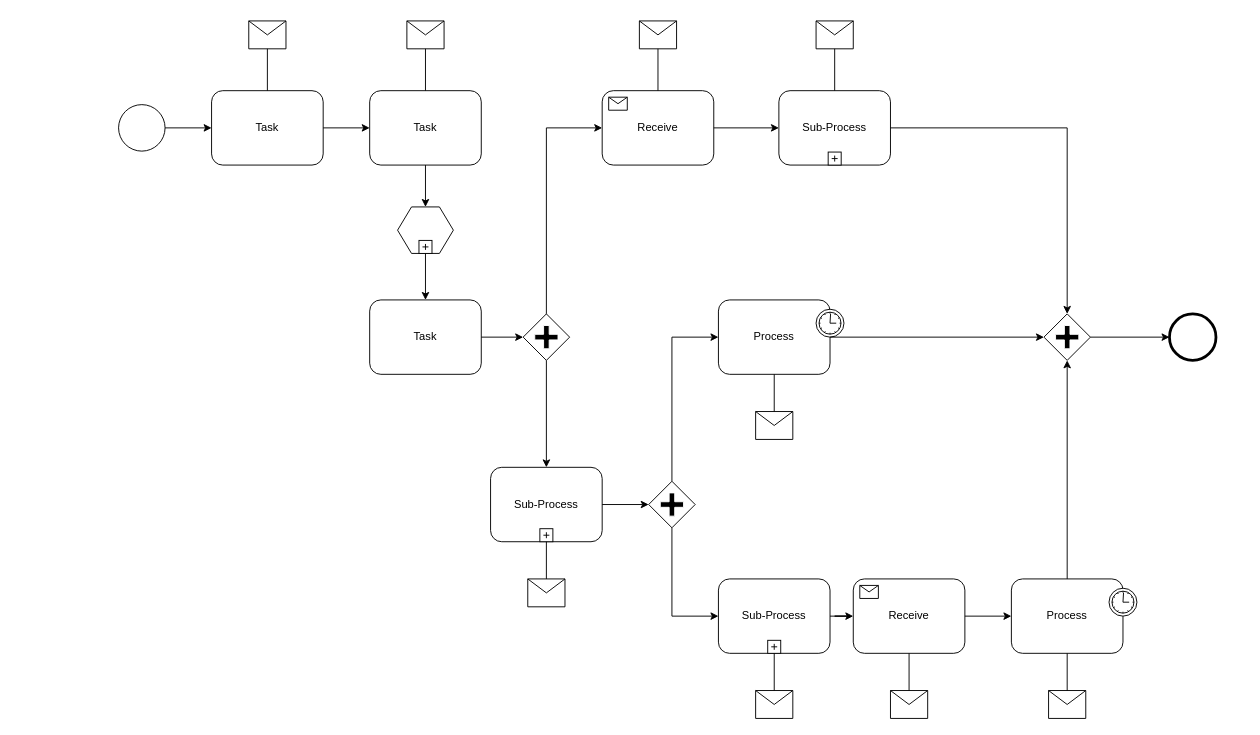
Above: ProcesoRegistroUsuario.drawio in ca-milin15/proy_grado_2021_doc (draw.io), before the change. Source tidied: cells renumbered, new cells numbered last; positions are measured from the earlier drawing's top-left corner, leaving out a move shared by most shapes. Both pictures are drawn from the tidied source at 93%, with x=0, y=0 at pixel (118, 20).
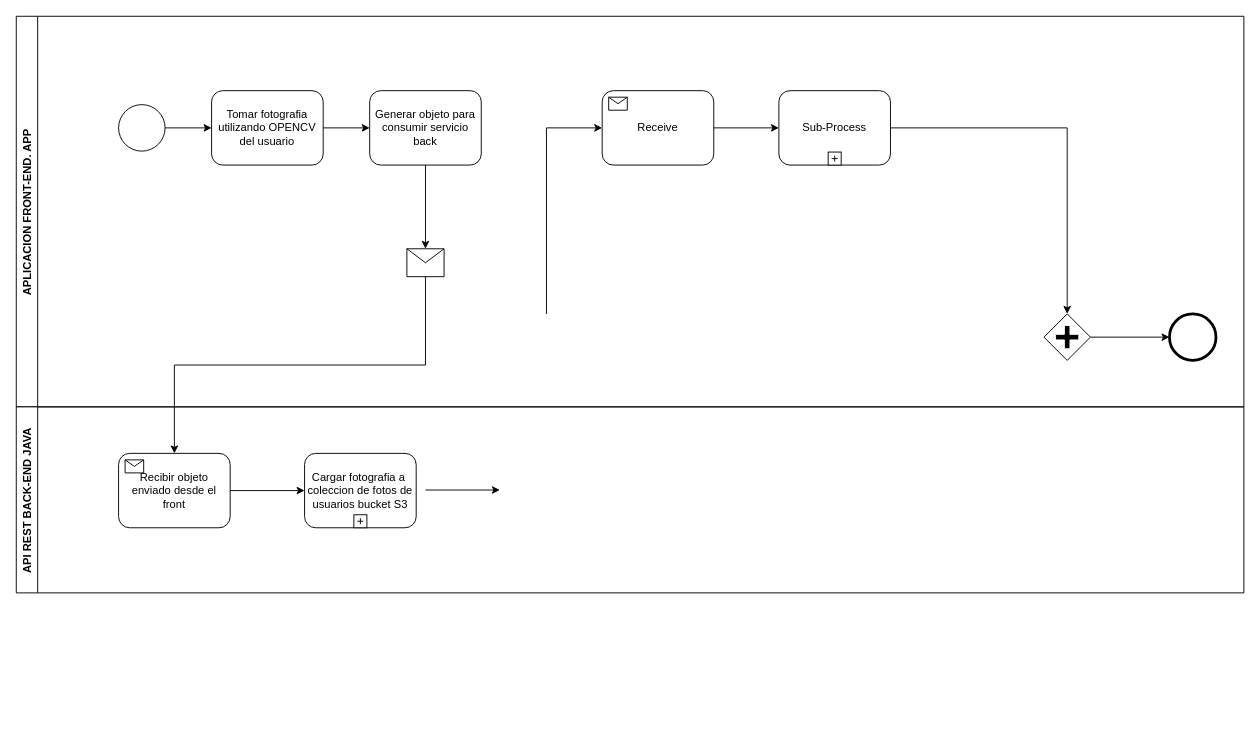
Above is the later version.

The change refers to these unchanged cells:
```xml
<mxCell id="2" style="shape=mxgraph.bpmn.shape;html=1;verticalLabelPosition=bottom;labelBackgroundColor=#ffffff;verticalAlign=top;perimeter=ellipsePerimeter;outline=standard;symbol=general;" parent="1" vertex="1">
  <mxGeometry y="90" width="50" height="50" as="geometry" />
</mxCell>
<mxCell id="11" value="Sub-Process" style="html=1;whiteSpace=wrap;rounded=1;" parent="1" vertex="1">
  <mxGeometry x="710" y="75" width="120" height="80" as="geometry" />
</mxCell>
<mxCell id="13" value="Receive" style="html=1;whiteSpace=wrap;rounded=1;" parent="1" vertex="1">
  <mxGeometry x="520" y="75" width="120" height="80" as="geometry" />
</mxCell>
```

The edit, as a diff of the source:
```diff
@@
-    <mxCell id="3" value="Task" style="shape=ext;rounded=1;html=1;whiteSpace=wrap;" parent="1" vertex="1">
+    <mxCell id="3" value="Tomar fotografia utilizando OPENCV del usuario" style="shape=ext;rounded=1;html=1;whiteSpace=wrap;" parent="1" vertex="1">
       <mxGeometry x="100" y="75" width="120" height="80" as="geometry" />
     </mxCell>
-    <mxCell id="4" value="Task" style="shape=ext;rounded=1;html=1;whiteSpace=wrap;" parent="1" vertex="1">
-      <mxGeometry x="270" y="75" width="120" height="80" as="geometry" />
-    </mxCell>
-    <mxCell id="5" style="shape=message;whiteSpace=wrap;html=1;" parent="1" vertex="1">
-      <mxGeometry x="140" width="40" height="30" as="geometry" />
-    </mxCell>
-    <mxCell id="6" style="shape=message;whiteSpace=wrap;html=1;" parent="1" vertex="1">
-      <mxGeometry x="310" width="40" height="30" as="geometry" />
-    </mxCell>
-    <mxCell id="7" style="shape=hexagon;whiteSpace=wrap;html=1;perimeter=hexagonPerimeter;" parent="1" vertex="1">
-      <mxGeometry x="300" y="200" width="60" height="50" as="geometry" />
-    </mxCell>
-    <mxCell id="8" style="html=1;shape=plus;" parent="7" vertex="1">
-      <mxGeometry x="0.5" y="1" width="14" height="14" relative="1" as="geometry">
-        <mxPoint x="-7" y="-14" as="offset" />
-      </mxGeometry>
-    </mxCell>
-    <mxCell id="9" value="Task" style="shape=ext;rounded=1;html=1;whiteSpace=wrap;" parent="1" vertex="1">
-      <mxGeometry x="270" y="300" width="120" height="80" as="geometry" />
-    </mxCell>
-    <mxCell id="10" style="shape=mxgraph.bpmn.shape;html=1;verticalLabelPosition=bottom;labelBackgroundColor=#ffffff;verticalAlign=top;perimeter=rhombusPerimeter;background=gateway;outline=none;symbol=parallelGw;" parent="1" vertex="1">
-      <mxGeometry x="435" y="315" width="50" height="50" as="geometry" />
-    </mxCell>
@@
-    <mxCell id="15" value="Process" style="html=1;whiteSpace=wrap;rounded=1;" parent="1" vertex="1">
-      <mxGeometry x="645" y="300" width="120" height="80" as="geometry" />
-    </mxCell>
-    <mxCell id="16" style="shape=mxgraph.bpmn.timer_start;perimeter=ellipsePerimeter;html=1;labelPosition=right;labelBackgroundColor=#ffffff;align=left;" parent="15" vertex="1">
-      <mxGeometry x="1" width="30" height="30" relative="1" as="geometry">
-        <mxPoint x="-15" y="10" as="offset" />
-      </mxGeometry>
-    </mxCell>
-    <mxCell id="17" value="Process" style="html=1;whiteSpace=wrap;rounded=1;" parent="1" vertex="1">
-      <mxGeometry x="960" y="600" width="120" height="80" as="geometry" />
-    </mxCell>
-    <mxCell id="18" style="shape=mxgraph.bpmn.timer_start;perimeter=ellipsePerimeter;html=1;labelPosition=right;labelBackgroundColor=#ffffff;align=left;" parent="17" vertex="1">
-      <mxGeometry x="1" width="30" height="30" relative="1" as="geometry">
-        <mxPoint x="-15" y="10" as="offset" />
-      </mxGeometry>
-    </mxCell>
+    <mxCell id="23" style="shape=mxgraph.bpmn.shape;html=1;verticalLabelPosition=bottom;labelBackgroundColor=#ffffff;verticalAlign=top;perimeter=rhombusPerimeter;background=gateway;outline=none;symbol=parallelGw;" parent="1" vertex="1">
+      <mxGeometry x="995" y="315" width="50" height="50" as="geometry" />
+    </mxCell>
+    <mxCell id="24" style="shape=mxgraph.bpmn.shape;html=1;verticalLabelPosition=bottom;labelBackgroundColor=#ffffff;verticalAlign=top;perimeter=ellipsePerimeter;outline=end;symbol=general;" parent="1" vertex="1">
+      <mxGeometry x="1130" y="315" width="50" height="50" as="geometry" />
+    </mxCell>
+    <mxCell id="34" style="edgeStyle=orthogonalEdgeStyle;rounded=0;html=1;jettySize=auto;" parent="1" edge="1" source="2" target="3">
+      <mxGeometry relative="1" as="geometry" />
+    </mxCell>
+    <mxCell id="37" style="edgeStyle=orthogonalEdgeStyle;rounded=0;html=1;jettySize=auto;" parent="1" edge="1" source="3">
+      <mxGeometry relative="1" as="geometry">
+        <mxPoint x="270" y="115" as="targetPoint" />
+      </mxGeometry>
+    </mxCell>
+    <mxCell id="38" style="edgeStyle=orthogonalEdgeStyle;rounded=0;html=1;jettySize=auto;" parent="1" edge="1" source="13" target="11">
+      <mxGeometry relative="1" as="geometry" />
+    </mxCell>
+    <mxCell id="41" style="edgeStyle=orthogonalEdgeStyle;rounded=0;html=1;jettySize=auto;" parent="1" edge="1" source="11" target="23">
+      <mxGeometry relative="1" as="geometry">
+        <Array as="points">
+          <mxPoint x="1020" y="115" />
+        </Array>
+      </mxGeometry>
+    </mxCell>
+    <mxCell id="44" style="edgeStyle=orthogonalEdgeStyle;rounded=0;html=1;jettySize=auto;" parent="1" edge="1" source="23" target="24">
+      <mxGeometry relative="1" as="geometry" />
+    </mxCell>
+    <mxCell id="48" style="edgeStyle=orthogonalEdgeStyle;rounded=0;html=1;jettySize=auto;" parent="1" edge="1" target="13">
+      <mxGeometry relative="1" as="geometry">
+        <mxPoint x="460.1" y="315.1" as="sourcePoint" />
+        <Array as="points">
+          <mxPoint x="460" y="115" />
+        </Array>
+      </mxGeometry>
+    </mxCell>
+    <mxCell id="61" value="APLICACION FRONT-END. APP" style="swimlane;horizontal=0;" parent="1" vertex="1">
+      <mxGeometry x="-110" y="-5" width="1320" height="420" as="geometry" />
+    </mxCell>
+    <mxCell id="62" value="Generar objeto para consumir servicio back" style="shape=ext;rounded=1;html=1;whiteSpace=wrap;" parent="61" vertex="1">
+      <mxGeometry x="380" y="80" width="120" height="80" as="geometry" />
+    </mxCell>
+    <mxCell id="33" style="shape=message;whiteSpace=wrap;html=1;" parent="61" vertex="1">
+      <mxGeometry x="420" y="250" width="40" height="30" as="geometry" />
+    </mxCell>
+    <mxCell id="46" style="edgeStyle=orthogonalEdgeStyle;rounded=0;html=1;jettySize=auto;exitX=0.5;exitY=1;exitDx=0;exitDy=0;entryX=0.5;entryY=0;entryDx=0;entryDy=0;" parent="61" edge="1" source="62" target="33">
+      <mxGeometry relative="1" as="geometry" />
+    </mxCell>
+    <mxCell id="63" value="API REST BACK-END JAVA" style="swimlane;horizontal=0;" parent="1" vertex="1">
+      <mxGeometry x="-110" y="415" width="1320" height="200" as="geometry" />
+    </mxCell>
-    <mxCell id="19" value="Receive" style="html=1;whiteSpace=wrap;rounded=1;" parent="1" vertex="1">
-      <mxGeometry x="790" y="600" width="120" height="80" as="geometry" />
+    <mxCell id="19" value="Recibir objeto enviado desde el front" style="html=1;whiteSpace=wrap;rounded=1;" parent="63" vertex="1">
+      <mxGeometry x="110" y="50" width="120" height="80" as="geometry" />
     </mxCell>
@@
-    <mxCell id="21" value="Sub-Process" style="html=1;whiteSpace=wrap;rounded=1;" parent="1" vertex="1">
-      <mxGeometry x="645" y="600" width="120" height="80" as="geometry" />
-    </mxCell>
-    <mxCell id="22" style="html=1;shape=plus;" parent="21" vertex="1">
-      <mxGeometry x="0.5" y="1" width="14" height="14" relative="1" as="geometry">
-        <mxPoint x="-7" y="-14" as="offset" />
-      </mxGeometry>
-    </mxCell>
-    <mxCell id="23" style="shape=mxgraph.bpmn.shape;html=1;verticalLabelPosition=bottom;labelBackgroundColor=#ffffff;verticalAlign=top;perimeter=rhombusPerimeter;background=gateway;outline=none;symbol=parallelGw;" parent="1" vertex="1">
-      <mxGeometry x="995" y="315" width="50" height="50" as="geometry" />
-    </mxCell>
-    <mxCell id="24" style="shape=mxgraph.bpmn.shape;html=1;verticalLabelPosition=bottom;labelBackgroundColor=#ffffff;verticalAlign=top;perimeter=ellipsePerimeter;outline=end;symbol=general;" parent="1" vertex="1">
-      <mxGeometry x="1130" y="315" width="50" height="50" as="geometry" />
-    </mxCell>
-    <mxCell id="25" style="shape=message;whiteSpace=wrap;html=1;" parent="1" vertex="1">
-      <mxGeometry x="560" width="40" height="30" as="geometry" />
-    </mxCell>
-    <mxCell id="26" style="shape=message;whiteSpace=wrap;html=1;" parent="1" vertex="1">
-      <mxGeometry x="750" width="40" height="30" as="geometry" />
-    </mxCell>
-    <mxCell id="27" value="Sub-Process" style="html=1;whiteSpace=wrap;rounded=1;" parent="1" vertex="1">
-      <mxGeometry x="400" y="480" width="120" height="80" as="geometry" />
-    </mxCell>
-    <mxCell id="28" style="html=1;shape=plus;" parent="27" vertex="1">
-      <mxGeometry x="0.5" y="1" width="14" height="14" relative="1" as="geometry">
-        <mxPoint x="-7" y="-14" as="offset" />
-      </mxGeometry>
-    </mxCell>
-    <mxCell id="29" style="shape=message;whiteSpace=wrap;html=1;" parent="1" vertex="1">
-      <mxGeometry x="440" y="600" width="40" height="30" as="geometry" />
-    </mxCell>
-    <mxCell id="30" style="shape=message;whiteSpace=wrap;html=1;" parent="1" vertex="1">
-      <mxGeometry x="830" y="720" width="40" height="30" as="geometry" />
-    </mxCell>
-    <mxCell id="31" style="shape=message;whiteSpace=wrap;html=1;" parent="1" vertex="1">
-      <mxGeometry x="1000" y="720" width="40" height="30" as="geometry" />
-    </mxCell>
-    <mxCell id="32" style="shape=message;whiteSpace=wrap;html=1;" parent="1" vertex="1">
-      <mxGeometry x="685" y="720" width="40" height="30" as="geometry" />
-    </mxCell>
-    <mxCell id="33" style="shape=message;whiteSpace=wrap;html=1;" parent="1" vertex="1">
-      <mxGeometry x="685" y="420" width="40" height="30" as="geometry" />
-    </mxCell>
-    <mxCell id="34" style="edgeStyle=orthogonalEdgeStyle;rounded=0;html=1;jettySize=auto;" parent="1" edge="1" source="2" target="3">
-      <mxGeometry relative="1" as="geometry" />
-    </mxCell>
-    <mxCell id="35" style="edgeStyle=orthogonalEdgeStyle;rounded=0;html=1;jettySize=auto;endArrow=none;endFill=0;" parent="1" edge="1" source="5" target="3">
-      <mxGeometry relative="1" as="geometry" />
-    </mxCell>
-    <mxCell id="36" style="edgeStyle=orthogonalEdgeStyle;rounded=0;html=1;jettySize=auto;endArrow=none;endFill=0;" parent="1" edge="1" source="6" target="4">
-      <mxGeometry relative="1" as="geometry" />
-    </mxCell>
-    <mxCell id="37" style="edgeStyle=orthogonalEdgeStyle;rounded=0;html=1;jettySize=auto;" parent="1" edge="1" source="3" target="4">
-      <mxGeometry relative="1" as="geometry" />
-    </mxCell>
-    <mxCell id="38" style="edgeStyle=orthogonalEdgeStyle;rounded=0;html=1;jettySize=auto;" parent="1" edge="1" source="13" target="11">
-      <mxGeometry relative="1" as="geometry" />
-    </mxCell>
-    <mxCell id="39" style="edgeStyle=orthogonalEdgeStyle;rounded=0;html=1;jettySize=auto;endArrow=none;endFill=0;" parent="1" edge="1" source="25" target="13">
-      <mxGeometry relative="1" as="geometry" />
-    </mxCell>
-    <mxCell id="40" style="edgeStyle=orthogonalEdgeStyle;rounded=0;html=1;jettySize=auto;endArrow=none;endFill=0;" parent="1" edge="1" source="26" target="11">
-      <mxGeometry relative="1" as="geometry" />
-    </mxCell>
-    <mxCell id="41" style="edgeStyle=orthogonalEdgeStyle;rounded=0;html=1;jettySize=auto;" parent="1" edge="1" source="11" target="23">
-      <mxGeometry relative="1" as="geometry">
-        <Array as="points">
-          <mxPoint x="1020" y="115" />
-        </Array>
-      </mxGeometry>
-    </mxCell>
-    <mxCell id="42" style="edgeStyle=orthogonalEdgeStyle;rounded=0;html=1;jettySize=auto;" parent="1" edge="1" source="15" target="23">
-      <mxGeometry relative="1" as="geometry" />
-    </mxCell>
-    <mxCell id="43" style="edgeStyle=orthogonalEdgeStyle;rounded=0;html=1;jettySize=auto;" parent="1" edge="1" source="17" target="23">
-      <mxGeometry relative="1" as="geometry" />
-    </mxCell>
-    <mxCell id="44" style="edgeStyle=orthogonalEdgeStyle;rounded=0;html=1;jettySize=auto;" parent="1" edge="1" source="23" target="24">
-      <mxGeometry relative="1" as="geometry" />
-    </mxCell>
-    <mxCell id="45" style="edgeStyle=orthogonalEdgeStyle;rounded=0;html=1;jettySize=auto;" parent="1" edge="1" source="4" target="7">
-      <mxGeometry relative="1" as="geometry" />
-    </mxCell>
-    <mxCell id="46" style="edgeStyle=orthogonalEdgeStyle;rounded=0;html=1;jettySize=auto;" parent="1" edge="1" source="7" target="9">
-      <mxGeometry relative="1" as="geometry" />
-    </mxCell>
-    <mxCell id="47" style="edgeStyle=orthogonalEdgeStyle;rounded=0;html=1;jettySize=auto;" parent="1" edge="1" source="9" target="10">
-      <mxGeometry relative="1" as="geometry" />
-    </mxCell>
-    <mxCell id="48" style="edgeStyle=orthogonalEdgeStyle;rounded=0;html=1;jettySize=auto;" parent="1" edge="1" source="10" target="13">
-      <mxGeometry relative="1" as="geometry">
-        <Array as="points">
-          <mxPoint x="460" y="115" />
-        </Array>
-      </mxGeometry>
-    </mxCell>
-    <mxCell id="49" style="edgeStyle=orthogonalEdgeStyle;rounded=0;html=1;jettySize=auto;" parent="1" edge="1" source="10" target="27">
-      <mxGeometry relative="1" as="geometry" />
-    </mxCell>
-    <mxCell id="50" style="edgeStyle=orthogonalEdgeStyle;rounded=0;html=1;jettySize=auto;endArrow=none;endFill=0;" parent="1" edge="1" source="29" target="27">
-      <mxGeometry relative="1" as="geometry" />
-    </mxCell>
-    <mxCell id="51" style="shape=mxgraph.bpmn.shape;html=1;verticalLabelPosition=bottom;labelBackgroundColor=#ffffff;verticalAlign=top;perimeter=rhombusPerimeter;background=gateway;outline=none;symbol=parallelGw;" parent="1" vertex="1">
-      <mxGeometry x="570" y="495" width="50" height="50" as="geometry" />
-    </mxCell>
-    <mxCell id="52" style="edgeStyle=orthogonalEdgeStyle;rounded=0;html=1;jettySize=auto;" parent="1" edge="1" source="51" target="21">
-      <mxGeometry relative="1" as="geometry">
-        <Array as="points">
-          <mxPoint x="595" y="640" />
-        </Array>
-      </mxGeometry>
-    </mxCell>
-    <mxCell id="53" style="edgeStyle=orthogonalEdgeStyle;rounded=0;html=1;jettySize=auto;" parent="1" edge="1" source="51" target="15">
-      <mxGeometry relative="1" as="geometry">
-        <Array as="points">
-          <mxPoint x="595" y="340" />
-        </Array>
-      </mxGeometry>
-    </mxCell>
-    <mxCell id="54" style="edgeStyle=orthogonalEdgeStyle;rounded=0;html=1;jettySize=auto;endArrow=none;endFill=0;" parent="1" edge="1" source="33" target="15">
-      <mxGeometry relative="1" as="geometry" />
-    </mxCell>
-    <mxCell id="55" style="edgeStyle=orthogonalEdgeStyle;rounded=0;html=1;jettySize=auto;" parent="1" edge="1" source="27" target="51">
-      <mxGeometry relative="1" as="geometry" />
-    </mxCell>
-    <mxCell id="56" style="edgeStyle=orthogonalEdgeStyle;rounded=0;html=1;jettySize=auto;" parent="1" edge="1" source="21" target="19">
-      <mxGeometry relative="1" as="geometry" />
-    </mxCell>
-    <mxCell id="57" style="edgeStyle=orthogonalEdgeStyle;rounded=0;html=1;jettySize=auto;endArrow=none;endFill=0;" parent="1" edge="1" source="32" target="21">
-      <mxGeometry relative="1" as="geometry" />
-    </mxCell>
-    <mxCell id="58" style="edgeStyle=orthogonalEdgeStyle;rounded=0;html=1;jettySize=auto;endArrow=none;endFill=0;" parent="1" edge="1" source="30" target="19">
-      <mxGeometry relative="1" as="geometry" />
-    </mxCell>
-    <mxCell id="59" style="edgeStyle=orthogonalEdgeStyle;rounded=0;html=1;jettySize=auto;endArrow=none;endFill=0;" parent="1" edge="1" source="31" target="17">
-      <mxGeometry relative="1" as="geometry" />
-    </mxCell>
-    <mxCell id="60" style="edgeStyle=orthogonalEdgeStyle;rounded=0;html=1;jettySize=auto;" parent="1" edge="1" source="19" target="17">
-      <mxGeometry relative="1" as="geometry" />
-    </mxCell>
+    <mxCell id="64" value="Cargar fotografia a&amp;nbsp; coleccion de fotos de usuarios bucket S3" style="html=1;whiteSpace=wrap;rounded=1;" parent="63" vertex="1">
+      <mxGeometry x="310" y="50" width="120" height="80" as="geometry" />
+    </mxCell>
+    <mxCell id="65" style="html=1;shape=plus;" parent="64" vertex="1">
+      <mxGeometry x="0.5" y="1" width="14" height="14" relative="1" as="geometry">
+        <mxPoint x="-7" y="-14" as="offset" />
+      </mxGeometry>
+    </mxCell>
+    <mxCell id="66" style="edgeStyle=orthogonalEdgeStyle;rounded=0;html=1;jettySize=auto;exitX=1;exitY=0.5;exitDx=0;exitDy=0;entryX=0;entryY=0.5;entryDx=0;entryDy=0;" parent="63" edge="1" source="19" target="64">
+      <mxGeometry relative="1" as="geometry" />
+    </mxCell>
+    <mxCell id="67" style="edgeStyle=orthogonalEdgeStyle;rounded=0;html=1;jettySize=auto;orthogonalLoop=1;exitX=1;exitY=0.5;exitDx=0;exitDy=0;entryX=0;entryY=0.5;entryDx=0;entryDy=0;" parent="63" edge="1">
+      <mxGeometry relative="1" as="geometry">
+        <mxPoint x="440" y="89.4" as="sourcePoint" />
+        <mxPoint x="520" y="89.4" as="targetPoint" />
+      </mxGeometry>
+    </mxCell>
+    <mxCell id="68" style="edgeStyle=orthogonalEdgeStyle;rounded=0;html=1;jettySize=auto;exitX=0.5;exitY=1;exitDx=0;exitDy=0;entryX=0.5;entryY=0;entryDx=0;entryDy=0;" parent="1" edge="1" source="33" target="19">
+      <mxGeometry relative="1" as="geometry" />
+    </mxCell>
```
